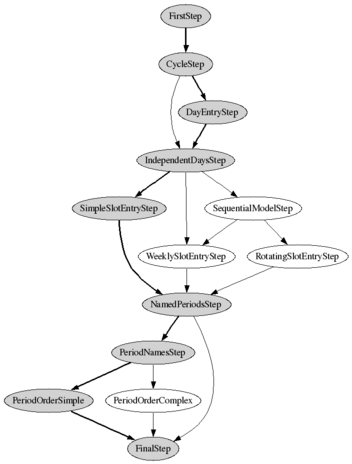
Earlier version of the Graphviz export src/schooltool/app/browser/ftests/images/ttschema-wizard-2.png (mattva01/schooltool). Its source is kept beside it as src/schooltool/app/browser/ftests/images/ttschema-wizard-2.dot.
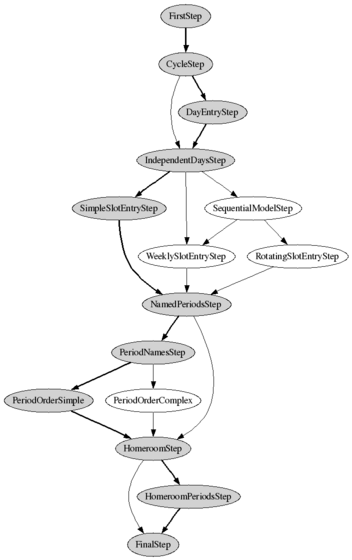
The same file after the commit.

The edit, as a diff of the source:
```diff
@@ -12,11 +12,14 @@
   RotatingSlotEntryStep -> NamedPeriodsStep;
   WeeklySlotEntryStep -> NamedPeriodsStep;
   NamedPeriodsStep -> PeriodNamesStep [style="bold"];
-  NamedPeriodsStep -> FinalStep;
+  NamedPeriodsStep -> HomeroomStep;
   PeriodNamesStep -> PeriodOrderSimple [style="bold"];
   PeriodNamesStep -> PeriodOrderComplex;
-  PeriodOrderSimple -> FinalStep [style="bold"];
-  PeriodOrderComplex -> FinalStep;
+  PeriodOrderSimple -> HomeroomStep [style="bold"];
+  PeriodOrderComplex -> HomeroomStep;
+  HomeroomStep -> FinalStep;
+  HomeroomStep -> HomeroomPeriodsStep [style="bold"];
+  HomeroomPeriodsStep -> FinalStep [style="bold"];
 
   FirstStep[style="filled"];
   CycleStep[style="filled"];
@@ -26,5 +29,7 @@
   NamedPeriodsStep[style="filled"];
   PeriodNamesStep[style="filled"];
   PeriodOrderSimple[style="filled"];
+  HomeroomStep[style="filled"];
+  HomeroomPeriodsStep[style="filled"];
   FinalStep[style="filled"];
 }
```
